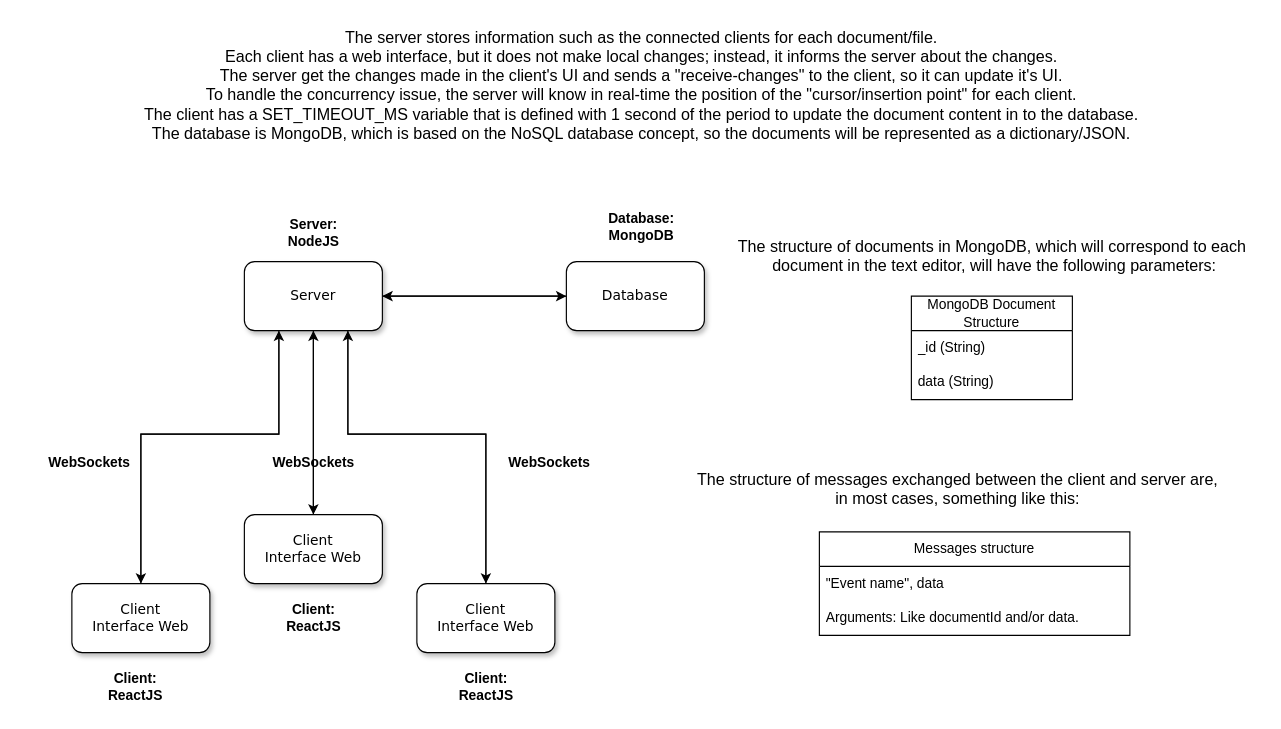
Before: assets/Portuguese/TextSync-PT.drawio in BrenoFariasdaSilva/TextSync, a draw.io diagram. Source tidied: cells renumbered, new cells numbered last; positions are measured from the earlier drawing's top-left corner, leaving out a move shared by most shapes. Both pictures are drawn from the tidied source at 115%, with x=0, y=0 at pixel (37, 20).
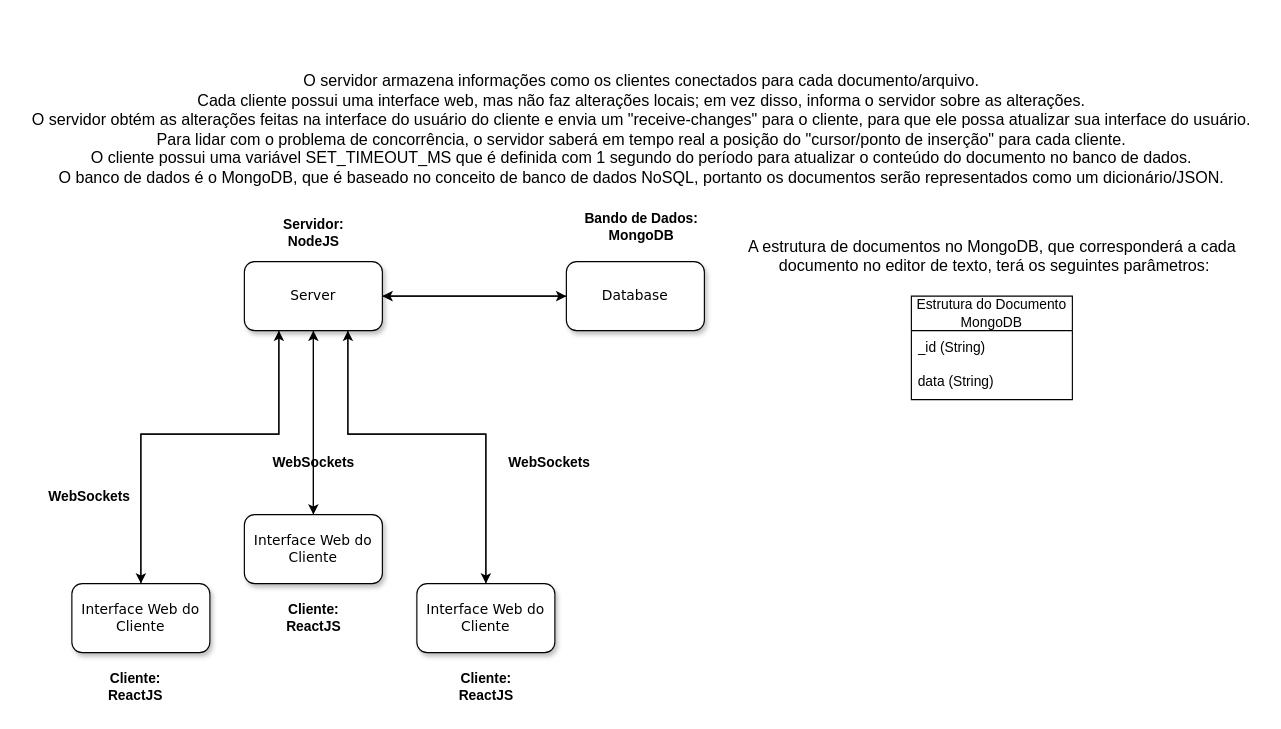
The same diagram, later.

Change to the diagram source:
```diff
@@
-    <mxCell id="10" value="Client&lt;br style=&quot;border-color: var(--border-color);&quot;&gt;Interface Web" style="whiteSpace=wrap;html=1;rounded=1;shadow=1;labelBackgroundColor=none;strokeWidth=1;fontFamily=Verdana;fontSize=12;align=center;" parent="1" vertex="1">
+    <mxCell id="10" value="Interface Web do Cliente" style="whiteSpace=wrap;html=1;rounded=1;shadow=1;labelBackgroundColor=none;strokeWidth=1;fontFamily=Verdana;fontSize=12;align=center;" parent="1" vertex="1">
       <mxGeometry x="30" y="490" width="120" height="60" as="geometry" />
     </mxCell>
@@
-    <mxCell id="12" value="&lt;span&gt;Client&lt;br&gt;Interface Web&lt;br&gt;&lt;/span&gt;" style="whiteSpace=wrap;html=1;rounded=1;shadow=1;labelBackgroundColor=none;strokeWidth=1;fontFamily=Verdana;fontSize=12;align=center;" parent="1" vertex="1">
+    <mxCell id="12" value="&lt;span&gt;Interface Web do Cliente&lt;br&gt;&lt;/span&gt;" style="whiteSpace=wrap;html=1;rounded=1;shadow=1;labelBackgroundColor=none;strokeWidth=1;fontFamily=Verdana;fontSize=12;align=center;" parent="1" vertex="1">
       <mxGeometry x="180" y="430" width="120" height="60" as="geometry" />
     </mxCell>
@@
-    <mxCell id="14" value="Client&lt;br style=&quot;border-color: var(--border-color);&quot;&gt;Interface Web" style="whiteSpace=wrap;html=1;rounded=1;shadow=1;labelBackgroundColor=none;strokeWidth=1;fontFamily=Verdana;fontSize=12;align=center;" parent="1" vertex="1">
+    <mxCell id="14" value="Interface Web do Cliente" style="whiteSpace=wrap;html=1;rounded=1;shadow=1;labelBackgroundColor=none;strokeWidth=1;fontFamily=Verdana;fontSize=12;align=center;" parent="1" vertex="1">
       <mxGeometry x="330" y="490" width="120" height="60" as="geometry" />
     </mxCell>
-    <mxCell id="15" value="&lt;div&gt;&lt;b&gt;Database:&lt;/b&gt;&lt;b&gt;&lt;br&gt;&lt;/b&gt;&lt;/div&gt;&lt;div&gt;&lt;b&gt;MongoDB&lt;/b&gt;&lt;/div&gt;" style="text;html=1;align=center;verticalAlign=middle;strokeColor=none;fillColor=none;" parent="1" vertex="1">
-      <mxGeometry x="485" y="160" width="80" height="40" as="geometry" />
+    <mxCell id="15" value="&lt;div&gt;&lt;b&gt;Bando de Dados:&lt;/b&gt;&lt;b&gt;&lt;br&gt;&lt;/b&gt;&lt;/div&gt;&lt;div&gt;&lt;b&gt;MongoDB&lt;/b&gt;&lt;/div&gt;" style="text;html=1;align=center;verticalAlign=middle;strokeColor=none;fillColor=none;" parent="1" vertex="1">
+      <mxGeometry x="465" y="160" width="120" height="40" as="geometry" />
     </mxCell>
     <mxCell id="16" value="&lt;b&gt;WebSockets&lt;/b&gt;" style="text;html=1;align=center;verticalAlign=middle;strokeColor=none;fillColor=none;" parent="1" vertex="1">
-      <mxGeometry y="370" width="90" height="30" as="geometry" />
+      <mxGeometry y="400" width="90" height="30" as="geometry" />
     </mxCell>
@@
-    <mxCell id="19" value="MongoDB Document Structure" style="swimlane;fontStyle=0;horizontal=1;startSize=30;whiteSpace=wrap;html=1;" parent="1" vertex="1">
+    <mxCell id="19" value="Estrutura do Documento MongoDB" style="swimlane;fontStyle=0;horizontal=1;startSize=30;whiteSpace=wrap;html=1;" parent="1" vertex="1">
       <mxGeometry x="760" y="240" width="140" height="90" as="geometry" />
     </mxCell>
@@
-    <mxCell id="22" value="&lt;div&gt;&lt;font style=&quot;font-size: 14px;&quot;&gt;The structure of documents in MongoDB, which will correspond to each&lt;/font&gt;&lt;/div&gt;&lt;div&gt;&lt;font style=&quot;font-size: 14px;&quot;&gt;&amp;nbsp;document in the text editor, will have the following parameters:&lt;/font&gt;&lt;/div&gt;&lt;font style=&quot;font-size: 14px;&quot;&gt;&lt;/font&gt;" style="text;html=1;align=center;verticalAlign=middle;strokeColor=none;fillColor=none;" parent="1" vertex="1">
-      <mxGeometry x="600" y="180" width="460" height="50" as="geometry" />
+    <mxCell id="22" value="&lt;font style=&quot;font-size: 14px;&quot;&gt;A estrutura de documentos no MongoDB, que corresponderá a cada&lt;br&gt;&amp;nbsp;documento no editor de texto, terá os seguintes parâmetros:&lt;/font&gt;" style="text;html=1;align=center;verticalAlign=middle;strokeColor=none;fillColor=none;" parent="1" vertex="1">
+      <mxGeometry x="605" y="180" width="450" height="50" as="geometry" />
     </mxCell>
-    <mxCell id="23" value="&lt;div&gt;&lt;font style=&quot;font-size: 14px;&quot;&gt;The structure of messages exchanged between the client and server are, &lt;br&gt;&lt;/font&gt;&lt;/div&gt;&lt;div&gt;&lt;font style=&quot;font-size: 14px;&quot;&gt;in most cases, something like this:&lt;/font&gt;&lt;/div&gt;&lt;div&gt;&lt;br&gt;&lt;/div&gt;" style="text;html=1;align=center;verticalAlign=middle;strokeColor=none;fillColor=none;" parent="1" vertex="1">
-      <mxGeometry x="565" y="385" width="470" height="60" as="geometry" />
-    </mxCell>
-    <mxCell id="24" value="Messages structure" style="swimlane;fontStyle=0;horizontal=1;startSize=30;whiteSpace=wrap;html=1;" parent="1" vertex="1">
-      <mxGeometry x="680" y="445" width="270" height="90" as="geometry" />
-    </mxCell>
-    <mxCell id="25" value="&quot;Event name&quot;, data" style="text;strokeColor=none;fillColor=none;align=left;verticalAlign=middle;spacingLeft=4;spacingRight=4;overflow=hidden;whiteSpace=wrap;html=1;" parent="24" vertex="1">
-      <mxGeometry y="30" width="270" height="30" as="geometry" />
-    </mxCell>
-    <mxCell id="26" value="Arguments: Like documentId and/or data." style="text;strokeColor=none;fillColor=none;align=left;verticalAlign=middle;spacingLeft=4;spacingRight=4;overflow=hidden;whiteSpace=wrap;html=1;" parent="24" vertex="1">
-      <mxGeometry y="60" width="270" height="30" as="geometry" />
-    </mxCell>
-    <mxCell id="27" value="&lt;font style=&quot;font-size: 14px;&quot;&gt;The server stores information such as the connected clients for each document/file.&lt;br&gt;Each client has a web interface, but it does not make local changes; instead, it informs the server about the changes.&lt;br&gt;The server get the changes made in the client's UI and sends a &quot;receive-changes&quot; to the client, so it can update it's UI.&lt;br&gt;To handle the concurrency issue, the server will know in real-time the position of the &quot;cursor/insertion point&quot; for each client.&lt;br&gt;The client has a SET_TIMEOUT_MS variable that is defined with 1 second of the period to update the document content in to the database.&lt;br&gt;The database is MongoDB, which is based on the NoSQL database concept, so the documents will be represented as a dictionary/JSON.&lt;br&gt;&lt;br&gt;&lt;/font&gt;" style="text;html=1;align=center;verticalAlign=middle;strokeColor=none;fillColor=none;" parent="1" vertex="1">
-      <mxGeometry x="80" width="890" height="130" as="geometry" />
+    <mxCell id="27" value="&lt;font style=&quot;font-size: 14px;&quot;&gt;O servidor armazena informações como os clientes conectados para cada documento/arquivo.&lt;br&gt;Cada cliente possui uma interface web, mas não faz alterações locais; em vez disso, informa o servidor sobre as alterações.&lt;br&gt;O servidor obtém as alterações feitas na interface do usuário do cliente e envia um &quot;receive-changes&quot; para o cliente, para que ele possa atualizar sua interface do usuário.&lt;br&gt;Para lidar com o problema de concorrência, o servidor saberá em tempo real a posição do &quot;cursor/ponto de inserção&quot; para cada cliente.&lt;br&gt;O cliente possui uma variável SET_TIMEOUT_MS que é definida com 1 segundo do período para atualizar o conteúdo do documento no banco de dados.&lt;br&gt;O banco de dados é o MongoDB, que é baseado no conceito de banco de dados NoSQL, portanto os documentos serão representados como um dicionário/JSON.&lt;/font&gt;" style="text;html=1;align=center;verticalAlign=middle;strokeColor=none;fillColor=none;" parent="1" vertex="1">
+      <mxGeometry x="-15" y="40" width="1080" height="110" as="geometry" />
     </mxCell>
-    <mxCell id="28" value="&lt;div&gt;&lt;b&gt;Server:&lt;/b&gt;&lt;/div&gt;&lt;div&gt;&lt;b&gt;NodeJS&lt;br&gt;&lt;/b&gt;&lt;/div&gt;" style="text;html=1;align=center;verticalAlign=middle;strokeColor=none;fillColor=none;" parent="1" vertex="1">
-      <mxGeometry x="205" y="165" width="70" height="40" as="geometry" />
+    <mxCell id="28" value="&lt;div&gt;&lt;b&gt;Servidor:&lt;/b&gt;&lt;/div&gt;&lt;div&gt;&lt;b&gt;NodeJS&lt;br&gt;&lt;/b&gt;&lt;/div&gt;" style="text;html=1;align=center;verticalAlign=middle;strokeColor=none;fillColor=none;" parent="1" vertex="1">
+      <mxGeometry x="200" y="165" width="80" height="40" as="geometry" />
     </mxCell>
-    <mxCell id="29" value="&lt;div&gt;&lt;b&gt;Client:&lt;/b&gt;&lt;/div&gt;&lt;div&gt;&lt;b&gt;ReactJS&lt;br&gt;&lt;/b&gt;&lt;/div&gt;" style="text;html=1;align=center;verticalAlign=middle;strokeColor=none;fillColor=none;" parent="1" vertex="1">
+    <mxCell id="29" value="&lt;div&gt;&lt;b&gt;Cliente:&lt;/b&gt;&lt;/div&gt;&lt;div&gt;&lt;b&gt;ReactJS&lt;br&gt;&lt;/b&gt;&lt;/div&gt;" style="text;html=1;align=center;verticalAlign=middle;strokeColor=none;fillColor=none;" parent="1" vertex="1">
       <mxGeometry x="50" y="560" width="70" height="40" as="geometry" />
     </mxCell>
-    <mxCell id="30" value="&lt;div&gt;&lt;b&gt;Client:&lt;/b&gt;&lt;/div&gt;&lt;div&gt;&lt;b&gt;ReactJS&lt;br&gt;&lt;/b&gt;&lt;/div&gt;" style="text;html=1;align=center;verticalAlign=middle;strokeColor=none;fillColor=none;" parent="1" vertex="1">
+    <mxCell id="30" value="&lt;div&gt;&lt;b&gt;Cliente:&lt;/b&gt;&lt;/div&gt;&lt;div&gt;&lt;b&gt;ReactJS&lt;br&gt;&lt;/b&gt;&lt;/div&gt;" style="text;html=1;align=center;verticalAlign=middle;strokeColor=none;fillColor=none;" parent="1" vertex="1">
       <mxGeometry x="205" y="500" width="70" height="40" as="geometry" />
     </mxCell>
-    <mxCell id="31" value="&lt;div&gt;&lt;b&gt;Client:&lt;/b&gt;&lt;/div&gt;&lt;div&gt;&lt;b&gt;ReactJS&lt;br&gt;&lt;/b&gt;&lt;/div&gt;" style="text;html=1;align=center;verticalAlign=middle;strokeColor=none;fillColor=none;" parent="1" vertex="1">
+    <mxCell id="31" value="&lt;div&gt;&lt;b&gt;Cliente:&lt;/b&gt;&lt;/div&gt;&lt;div&gt;&lt;b&gt;ReactJS&lt;br&gt;&lt;/b&gt;&lt;/div&gt;" style="text;html=1;align=center;verticalAlign=middle;strokeColor=none;fillColor=none;" parent="1" vertex="1">
       <mxGeometry x="355" y="560" width="70" height="40" as="geometry" />
     </mxCell>
```
